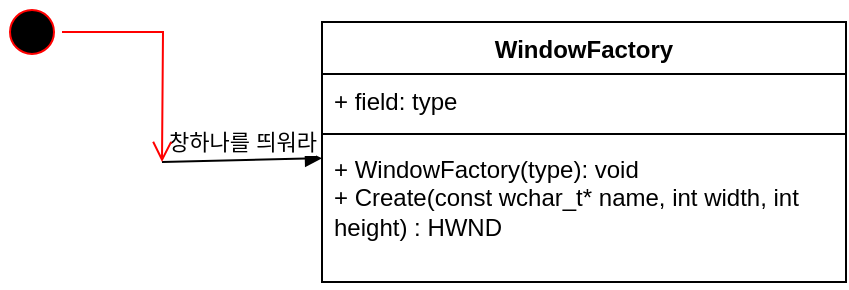
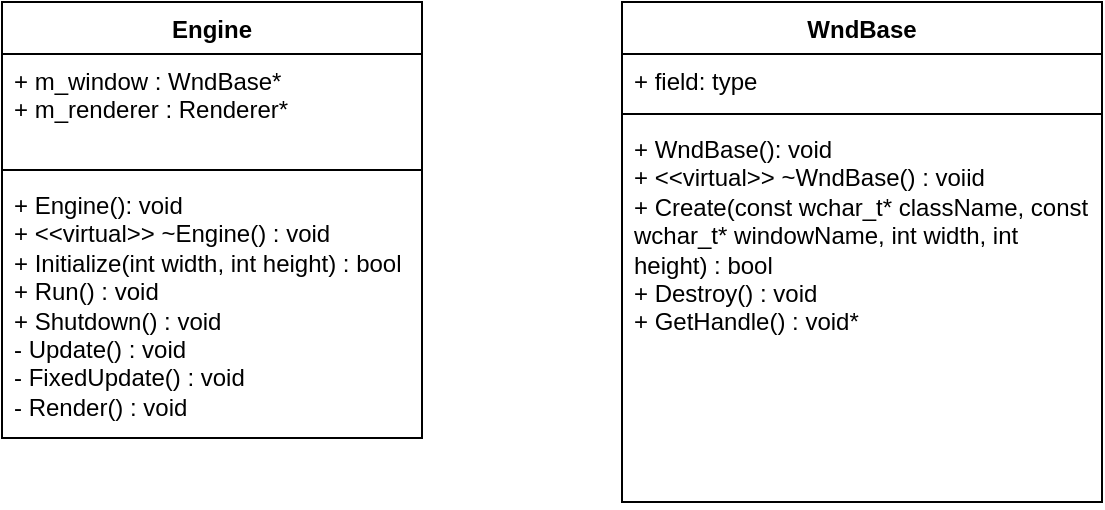
<mxfile host="app.diagrams.net" agent="Mozilla/5.0 (Windows NT 10.0; Win64; x64) AppleWebKit/537.36 (KHTML, like Gecko) Chrome/148.0.0.0 Safari/537.36">
  <diagram name="페이지-1" id="AzWjSueaDokXYa37jS0J">
-     <mxGraphModel dx="512" dy="294" grid="1" gridSize="10" guides="1" tooltips="1" connect="1" arrows="1" fold="1" page="1" pageScale="1" pageWidth="827" pageHeight="1169" math="0" shadow="0">
+     <mxGraphModel dx="711" dy="883" grid="1" gridSize="10" guides="1" tooltips="1" connect="1" arrows="1" fold="1" page="1" pageScale="1" pageWidth="827" pageHeight="1169" math="0" shadow="0">
      <root>
        <mxCell id="0" />
        <mxCell id="1" parent="0" />
-         <mxCell id="KsqaJLePcnn8EeuQi_dI-1" edge="1" parent="1" style="html=1;verticalAlign=bottom;endArrow=block;curved=0;rounded=0;" target="XbJg7xXYLWSemABnesnM-1" value="창하나를 띄워라">
-           <mxGeometry relative="1" width="80" as="geometry">
-             <mxPoint x="120" y="130" as="sourcePoint" />
-             <mxPoint x="200" y="130" as="targetPoint" />
-           </mxGeometry>
+         <mxCell id="st-vxe-VHVlH2gm14zUo-1" parent="1" style="swimlane;fontStyle=1;align=center;verticalAlign=top;childLayout=stackLayout;horizontal=1;startSize=26;horizontalStack=0;resizeParent=1;resizeParentMax=0;resizeLast=0;collapsible=1;marginBottom=0;whiteSpace=wrap;html=1;" value="Engine" vertex="1">
+           <mxGeometry height="218" width="210" x="80" y="100" as="geometry" />
        </mxCell>
-         <mxCell id="KsqaJLePcnn8EeuQi_dI-2" parent="1" style="ellipse;html=1;shape=startState;fillColor=#000000;strokeColor=#ff0000;" value="" vertex="1">
-           <mxGeometry height="30" width="30" x="40" y="50" as="geometry" />
+         <mxCell id="st-vxe-VHVlH2gm14zUo-2" parent="st-vxe-VHVlH2gm14zUo-1" style="text;strokeColor=none;fillColor=none;align=left;verticalAlign=top;spacingLeft=4;spacingRight=4;overflow=hidden;rotatable=0;points=[[0,0.5],[1,0.5]];portConstraint=eastwest;whiteSpace=wrap;html=1;" value="+ m_window : WndBase*&lt;div&gt;+ m_renderer : Renderer*&amp;nbsp;&lt;/div&gt;" vertex="1">
+           <mxGeometry height="54" width="210" y="26" as="geometry" />
        </mxCell>
-         <mxCell id="KsqaJLePcnn8EeuQi_dI-3" edge="1" parent="1" source="KsqaJLePcnn8EeuQi_dI-2" style="edgeStyle=orthogonalEdgeStyle;html=1;verticalAlign=bottom;endArrow=open;endSize=8;strokeColor=#ff0000;rounded=0;" value="">
-           <mxGeometry relative="1" as="geometry">
-             <mxPoint x="120" y="130" as="targetPoint" />
-           </mxGeometry>
+         <mxCell id="st-vxe-VHVlH2gm14zUo-3" parent="st-vxe-VHVlH2gm14zUo-1" style="line;strokeWidth=1;fillColor=none;align=left;verticalAlign=middle;spacingTop=-1;spacingLeft=3;spacingRight=3;rotatable=0;labelPosition=right;points=[];portConstraint=eastwest;strokeColor=inherit;" value="" vertex="1">
+           <mxGeometry height="8" width="210" y="80" as="geometry" />
        </mxCell>
-         <mxCell id="XbJg7xXYLWSemABnesnM-1" parent="1" style="swimlane;fontStyle=1;align=center;verticalAlign=top;childLayout=stackLayout;horizontal=1;startSize=26;horizontalStack=0;resizeParent=1;resizeParentMax=0;resizeLast=0;collapsible=1;marginBottom=0;whiteSpace=wrap;html=1;" value="WindowFactory" vertex="1">
-           <mxGeometry height="130" width="262" x="200" y="60" as="geometry" />
+         <mxCell id="st-vxe-VHVlH2gm14zUo-4" parent="st-vxe-VHVlH2gm14zUo-1" style="text;strokeColor=none;fillColor=none;align=left;verticalAlign=top;spacingLeft=4;spacingRight=4;overflow=hidden;rotatable=0;points=[[0,0.5],[1,0.5]];portConstraint=eastwest;whiteSpace=wrap;html=1;" value="+ Engine(): void&lt;div&gt;+ &amp;lt;&amp;lt;virtual&amp;gt;&amp;gt; ~Engine() : void&lt;/div&gt;&lt;div&gt;+ Initialize(int width, int height) : bool&lt;/div&gt;&lt;div&gt;+ Run() : void&lt;/div&gt;&lt;div&gt;+ Shutdown() : void&lt;/div&gt;&lt;div&gt;- Update() : void&lt;/div&gt;&lt;div&gt;- FixedUpdate() : void&lt;/div&gt;&lt;div&gt;- Render() : void&lt;/div&gt;" vertex="1">
+           <mxGeometry height="130" width="210" y="88" as="geometry" />
        </mxCell>
-         <mxCell id="XbJg7xXYLWSemABnesnM-2" parent="XbJg7xXYLWSemABnesnM-1" style="text;strokeColor=none;fillColor=none;align=left;verticalAlign=top;spacingLeft=4;spacingRight=4;overflow=hidden;rotatable=0;points=[[0,0.5],[1,0.5]];portConstraint=eastwest;whiteSpace=wrap;html=1;" value="+ field: type" vertex="1">
-           <mxGeometry height="26" width="262" y="26" as="geometry" />
+         <mxCell id="st-vxe-VHVlH2gm14zUo-5" parent="1" style="swimlane;fontStyle=1;align=center;verticalAlign=top;childLayout=stackLayout;horizontal=1;startSize=26;horizontalStack=0;resizeParent=1;resizeParentMax=0;resizeLast=0;collapsible=1;marginBottom=0;whiteSpace=wrap;html=1;" value="WndBase" vertex="1">
+           <mxGeometry height="250" width="240" x="390" y="100" as="geometry" />
        </mxCell>
-         <mxCell id="XbJg7xXYLWSemABnesnM-3" parent="XbJg7xXYLWSemABnesnM-1" style="line;strokeWidth=1;fillColor=none;align=left;verticalAlign=middle;spacingTop=-1;spacingLeft=3;spacingRight=3;rotatable=0;labelPosition=right;points=[];portConstraint=eastwest;strokeColor=inherit;" value="" vertex="1">
-           <mxGeometry height="8" width="262" y="52" as="geometry" />
+         <mxCell id="st-vxe-VHVlH2gm14zUo-6" parent="st-vxe-VHVlH2gm14zUo-5" style="text;strokeColor=none;fillColor=none;align=left;verticalAlign=top;spacingLeft=4;spacingRight=4;overflow=hidden;rotatable=0;points=[[0,0.5],[1,0.5]];portConstraint=eastwest;whiteSpace=wrap;html=1;" value="+ field: type" vertex="1">
+           <mxGeometry height="26" width="240" y="26" as="geometry" />
        </mxCell>
-         <mxCell id="XbJg7xXYLWSemABnesnM-4" parent="XbJg7xXYLWSemABnesnM-1" style="text;strokeColor=none;fillColor=none;align=left;verticalAlign=top;spacingLeft=4;spacingRight=4;overflow=hidden;rotatable=0;points=[[0,0.5],[1,0.5]];portConstraint=eastwest;whiteSpace=wrap;html=1;" value="+ WindowFactory(type): void&lt;div&gt;+ Create(const wchar_t* name, int width, int height) : HWND&lt;/div&gt;" vertex="1">
-           <mxGeometry height="70" width="262" y="60" as="geometry" />
+         <mxCell id="st-vxe-VHVlH2gm14zUo-7" parent="st-vxe-VHVlH2gm14zUo-5" style="line;strokeWidth=1;fillColor=none;align=left;verticalAlign=middle;spacingTop=-1;spacingLeft=3;spacingRight=3;rotatable=0;labelPosition=right;points=[];portConstraint=eastwest;strokeColor=inherit;" value="" vertex="1">
+           <mxGeometry height="8" width="240" y="52" as="geometry" />
+         </mxCell>
+         <mxCell id="st-vxe-VHVlH2gm14zUo-8" parent="st-vxe-VHVlH2gm14zUo-5" style="text;strokeColor=none;fillColor=none;align=left;verticalAlign=top;spacingLeft=4;spacingRight=4;overflow=hidden;rotatable=0;points=[[0,0.5],[1,0.5]];portConstraint=eastwest;whiteSpace=wrap;html=1;" value="+ WndBase(): void&lt;div&gt;+ &amp;lt;&amp;lt;virtual&amp;gt;&amp;gt; ~WndBase() : voiid&lt;/div&gt;&lt;div&gt;+ Create(const wchar_t* className, const wchar_t* windowName, int width, int height) : bool&lt;/div&gt;&lt;div&gt;+ Destroy() : void&lt;/div&gt;&lt;div&gt;+ GetHandle() : void*&lt;/div&gt;" vertex="1">
+           <mxGeometry height="190" width="240" y="60" as="geometry" />
        </mxCell>
      </root>
    </mxGraphModel>
  </diagram>
</mxfile>
